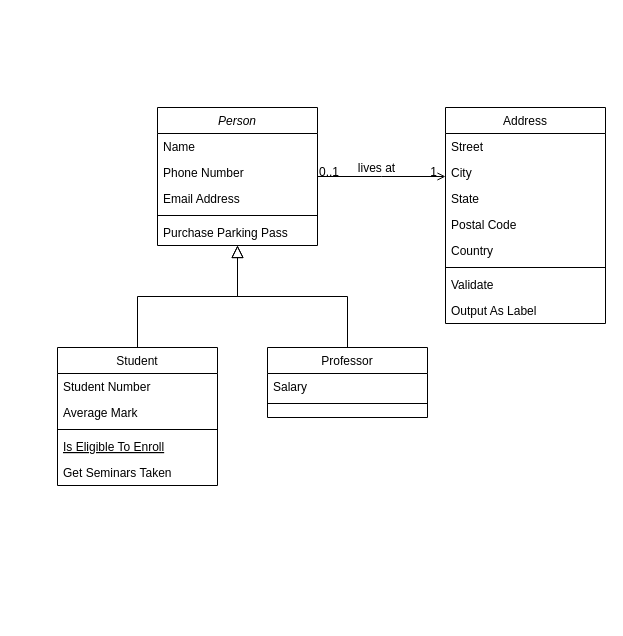
Earlier version of the draw.io diagram ДиаграммаКлассов.drawio (hard-gainer/UML). Source tidied: cells renumbered, new cells numbered last; positions are measured from the earlier drawing's top-left corner, leaving out a move shared by most shapes. Both pictures are drawn from the tidied source at 100%, with x=0, y=0 at pixel (57, 107).
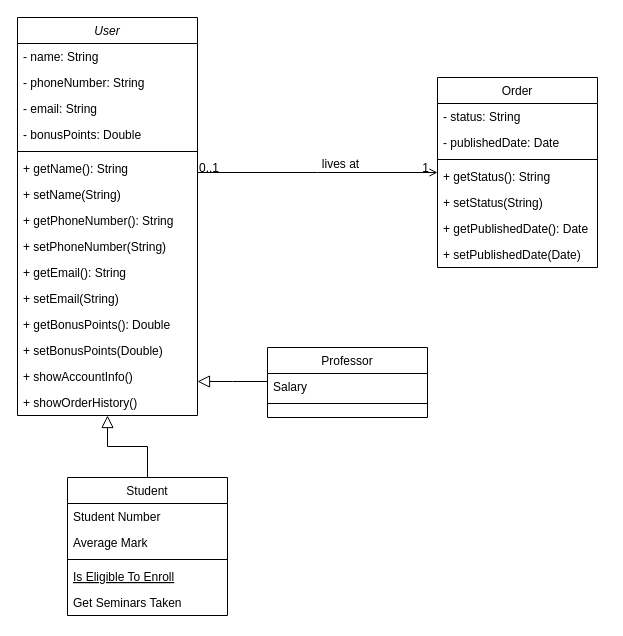
The same page after the edit.

What changed in the source:
```diff
@@
-    <mxCell id="2" value="Person" style="swimlane;fontStyle=2;align=center;verticalAlign=top;horizontal=1;startSize=26;rounded=0;shadow=0;strokeWidth=1;" parent="1" vertex="1">
-      <mxGeometry x="100" width="160" height="138" as="geometry" />
+    <mxCell id="2" value="User" style="swimlane;fontStyle=2;align=center;verticalAlign=top;horizontal=1;startSize=26;rounded=0;shadow=0;strokeWidth=1;" parent="1" vertex="1">
+      <mxGeometry x="-40" y="-90" width="180" height="398" as="geometry" />
     </mxCell>
-    <mxCell id="3" value="Name" style="text;align=left;verticalAlign=top;spacingLeft=4;spacingRight=4;overflow=hidden;" parent="2" vertex="1">
-      <mxGeometry y="26" width="160" height="26" as="geometry" />
+    <mxCell id="3" value="- name: String" style="text;align=left;verticalAlign=top;spacingLeft=4;spacingRight=4;overflow=hidden;" parent="2" vertex="1">
+      <mxGeometry y="26" width="180" height="26" as="geometry" />
     </mxCell>
-    <mxCell id="4" value="Phone Number" style="text;align=left;verticalAlign=top;spacingLeft=4;spacingRight=4;overflow=hidden;rounded=0;shadow=0;html=0;" parent="2" vertex="1">
-      <mxGeometry y="52" width="160" height="26" as="geometry" />
+    <mxCell id="4" value="- phoneNumber: String" style="text;align=left;verticalAlign=top;spacingLeft=4;spacingRight=4;overflow=hidden;rounded=0;shadow=0;html=0;" parent="2" vertex="1">
+      <mxGeometry y="52" width="180" height="26" as="geometry" />
     </mxCell>
-    <mxCell id="5" value="Email Address" style="text;align=left;verticalAlign=top;spacingLeft=4;spacingRight=4;overflow=hidden;rounded=0;shadow=0;html=0;" parent="2" vertex="1">
-      <mxGeometry y="78" width="160" height="26" as="geometry" />
+    <mxCell id="5" value="- email: String" style="text;align=left;verticalAlign=top;spacingLeft=4;spacingRight=4;overflow=hidden;rounded=0;shadow=0;html=0;" parent="2" vertex="1">
+      <mxGeometry y="78" width="180" height="26" as="geometry" />
     </mxCell>
+    <mxCell id="32" value="- bonusPoints: Double" style="text;align=left;verticalAlign=top;spacingLeft=4;spacingRight=4;overflow=hidden;rounded=0;shadow=0;html=0;" parent="2" vertex="1">
+      <mxGeometry y="104" width="180" height="26" as="geometry" />
+    </mxCell>
     <mxCell id="6" style="line;html=1;strokeWidth=1;align=left;verticalAlign=middle;spacingTop=-1;spacingLeft=3;spacingRight=3;labelPosition=right;" parent="2" vertex="1">
-      <mxGeometry y="104" width="160" height="8" as="geometry" />
+      <mxGeometry y="130" width="180" height="8" as="geometry" />
     </mxCell>
-    <mxCell id="7" value="Purchase Parking Pass" style="text;align=left;verticalAlign=top;spacingLeft=4;spacingRight=4;overflow=hidden;" parent="2" vertex="1">
-      <mxGeometry y="112" width="160" height="26" as="geometry" />
+    <mxCell id="7" value="+ getName(): String" style="text;align=left;verticalAlign=top;spacingLeft=4;spacingRight=4;overflow=hidden;" parent="2" vertex="1">
+      <mxGeometry y="138" width="180" height="26" as="geometry" />
     </mxCell>
+    <mxCell id="33" value="+ setName(String)" style="text;align=left;verticalAlign=top;spacingLeft=4;spacingRight=4;overflow=hidden;" parent="2" vertex="1">
+      <mxGeometry y="164" width="180" height="26" as="geometry" />
+    </mxCell>
+    <mxCell id="34" value="+ getPhoneNumber(): String" style="text;align=left;verticalAlign=top;spacingLeft=4;spacingRight=4;overflow=hidden;" parent="2" vertex="1">
+      <mxGeometry y="190" width="180" height="26" as="geometry" />
+    </mxCell>
+    <mxCell id="35" value="+ setPhoneNumber(String)" style="text;align=left;verticalAlign=top;spacingLeft=4;spacingRight=4;overflow=hidden;" parent="2" vertex="1">
+      <mxGeometry y="216" width="180" height="26" as="geometry" />
+    </mxCell>
+    <mxCell id="36" value="+ getEmail(): String" style="text;align=left;verticalAlign=top;spacingLeft=4;spacingRight=4;overflow=hidden;" parent="2" vertex="1">
+      <mxGeometry y="242" width="180" height="26" as="geometry" />
+    </mxCell>
+    <mxCell id="37" value="+ setEmail(String)" style="text;align=left;verticalAlign=top;spacingLeft=4;spacingRight=4;overflow=hidden;" parent="2" vertex="1">
+      <mxGeometry y="268" width="180" height="26" as="geometry" />
+    </mxCell>
+    <mxCell id="38" value="+ getBonusPoints(): Double" style="text;align=left;verticalAlign=top;spacingLeft=4;spacingRight=4;overflow=hidden;" parent="2" vertex="1">
+      <mxGeometry y="294" width="180" height="26" as="geometry" />
+    </mxCell>
+    <mxCell id="39" value="+ setBonusPoints(Double)" style="text;align=left;verticalAlign=top;spacingLeft=4;spacingRight=4;overflow=hidden;" parent="2" vertex="1">
+      <mxGeometry y="320" width="180" height="26" as="geometry" />
+    </mxCell>
+    <mxCell id="40" value="+ showAccountInfo()" style="text;align=left;verticalAlign=top;spacingLeft=4;spacingRight=4;overflow=hidden;" parent="2" vertex="1">
+      <mxGeometry y="346" width="180" height="26" as="geometry" />
+    </mxCell>
+    <mxCell id="41" value="+ showOrderHistory()" style="text;align=left;verticalAlign=top;spacingLeft=4;spacingRight=4;overflow=hidden;" parent="2" vertex="1">
+      <mxGeometry y="372" width="180" height="26" as="geometry" />
+    </mxCell>
     <mxCell id="8" value="Student" style="swimlane;fontStyle=0;align=center;verticalAlign=top;horizontal=1;startSize=26;rounded=0;shadow=0;strokeWidth=1;" parent="1" vertex="1">
-      <mxGeometry y="240" width="160" height="138" as="geometry" />
+      <mxGeometry x="10" y="370" width="160" height="138" as="geometry" />
     </mxCell>
@@
-    <mxCell id="19" value="Address" style="swimlane;fontStyle=0;align=center;verticalAlign=top;horizontal=1;startSize=26;rounded=0;shadow=0;strokeWidth=1;" parent="1" vertex="1">
-      <mxGeometry x="388" width="160" height="216" as="geometry" />
+    <mxCell id="19" value="Order" style="swimlane;fontStyle=0;align=center;verticalAlign=top;horizontal=1;startSize=26;rounded=0;shadow=0;strokeWidth=1;" parent="1" vertex="1">
+      <mxGeometry x="380" y="-30" width="160" height="190" as="geometry" />
     </mxCell>
-    <mxCell id="20" value="Street" style="text;align=left;verticalAlign=top;spacingLeft=4;spacingRight=4;overflow=hidden;" parent="19" vertex="1">
+    <mxCell id="20" value="- status: String" style="text;align=left;verticalAlign=top;spacingLeft=4;spacingRight=4;overflow=hidden;" parent="19" vertex="1">
       <mxGeometry y="26" width="160" height="26" as="geometry" />
     </mxCell>
-    <mxCell id="21" value="City" style="text;align=left;verticalAlign=top;spacingLeft=4;spacingRight=4;overflow=hidden;rounded=0;shadow=0;html=0;" parent="19" vertex="1">
+    <mxCell id="21" value="- publishedDate: Date" style="text;align=left;verticalAlign=top;spacingLeft=4;spacingRight=4;overflow=hidden;rounded=0;shadow=0;html=0;" parent="19" vertex="1">
       <mxGeometry y="52" width="160" height="26" as="geometry" />
     </mxCell>
-    <mxCell id="22" value="State" style="text;align=left;verticalAlign=top;spacingLeft=4;spacingRight=4;overflow=hidden;rounded=0;shadow=0;html=0;" parent="19" vertex="1">
-      <mxGeometry y="78" width="160" height="26" as="geometry" />
-    </mxCell>
-    <mxCell id="23" value="Postal Code" style="text;align=left;verticalAlign=top;spacingLeft=4;spacingRight=4;overflow=hidden;rounded=0;shadow=0;html=0;" parent="19" vertex="1">
-      <mxGeometry y="104" width="160" height="26" as="geometry" />
-    </mxCell>
-    <mxCell id="24" value="Country" style="text;align=left;verticalAlign=top;spacingLeft=4;spacingRight=4;overflow=hidden;rounded=0;shadow=0;html=0;" parent="19" vertex="1">
-      <mxGeometry y="130" width="160" height="26" as="geometry" />
-    </mxCell>
     <mxCell id="25" style="line;html=1;strokeWidth=1;align=left;verticalAlign=middle;spacingTop=-1;spacingLeft=3;spacingRight=3;labelPosition=right;" parent="19" vertex="1">
-      <mxGeometry y="156" width="160" height="8" as="geometry" />
+      <mxGeometry y="78" width="160" height="8" as="geometry" />
     </mxCell>
-    <mxCell id="26" value="Validate" style="text;align=left;verticalAlign=top;spacingLeft=4;spacingRight=4;overflow=hidden;" parent="19" vertex="1">
-      <mxGeometry y="164" width="160" height="26" as="geometry" />
-    </mxCell>
-    <mxCell id="27" value="Output As Label" style="text;align=left;verticalAlign=top;spacingLeft=4;spacingRight=4;overflow=hidden;" parent="19" vertex="1">
-      <mxGeometry y="190" width="160" height="26" as="geometry" />
-    </mxCell>
+    <mxCell id="42" value="+ getStatus(): String" style="text;align=left;verticalAlign=top;spacingLeft=4;spacingRight=4;overflow=hidden;" parent="19" vertex="1">
+      <mxGeometry y="86" width="160" height="26" as="geometry" />
+    </mxCell>
+    <mxCell id="43" value="+ setStatus(String)" style="text;align=left;verticalAlign=top;spacingLeft=4;spacingRight=4;overflow=hidden;" parent="19" vertex="1">
+      <mxGeometry y="112" width="160" height="26" as="geometry" />
+    </mxCell>
+    <mxCell id="44" value="+ getPublishedDate(): Date" style="text;align=left;verticalAlign=top;spacingLeft=4;spacingRight=4;overflow=hidden;rounded=0;shadow=0;html=0;" parent="19" vertex="1">
+      <mxGeometry y="138" width="160" height="26" as="geometry" />
+    </mxCell>
+    <mxCell id="45" value="+ setPublishedDate(Date)" style="text;align=left;verticalAlign=top;spacingLeft=4;spacingRight=4;overflow=hidden;rounded=0;shadow=0;html=0;" parent="19" vertex="1">
+      <mxGeometry y="164" width="160" height="26" as="geometry" />
+    </mxCell>
```
